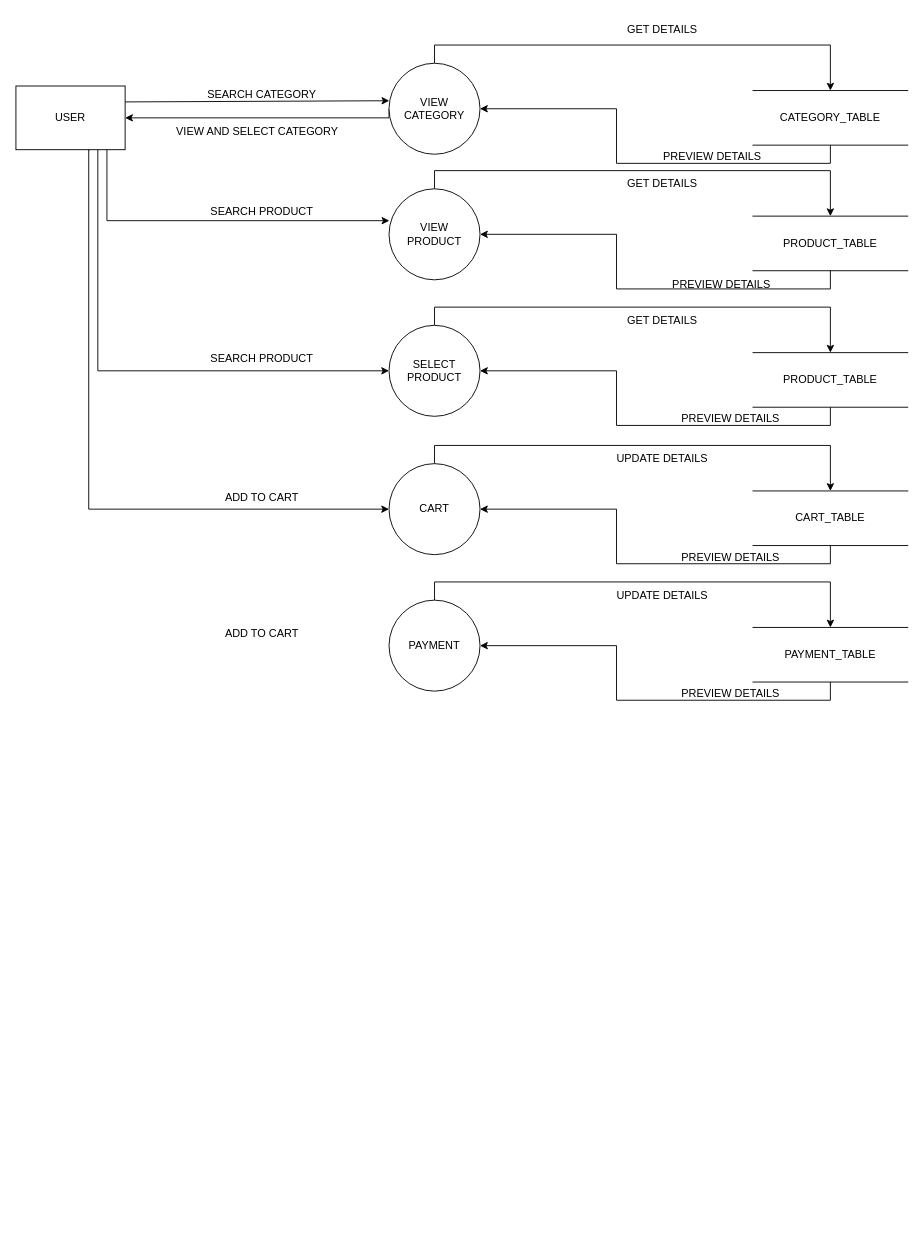
This is page "DFD-1(USER)" (10 of 15) of Usecase userside.drawio from panchalbhavya2210/gift_documentation, a draw.io file, before an edit. Source tidied: cells renumbered, new cells numbered last; positions are measured from the earlier drawing's top-left corner, leaving out a move shared by most shapes. Both pictures are drawn from the tidied source at 91%, with x=0, y=0 at pixel (15, 15).
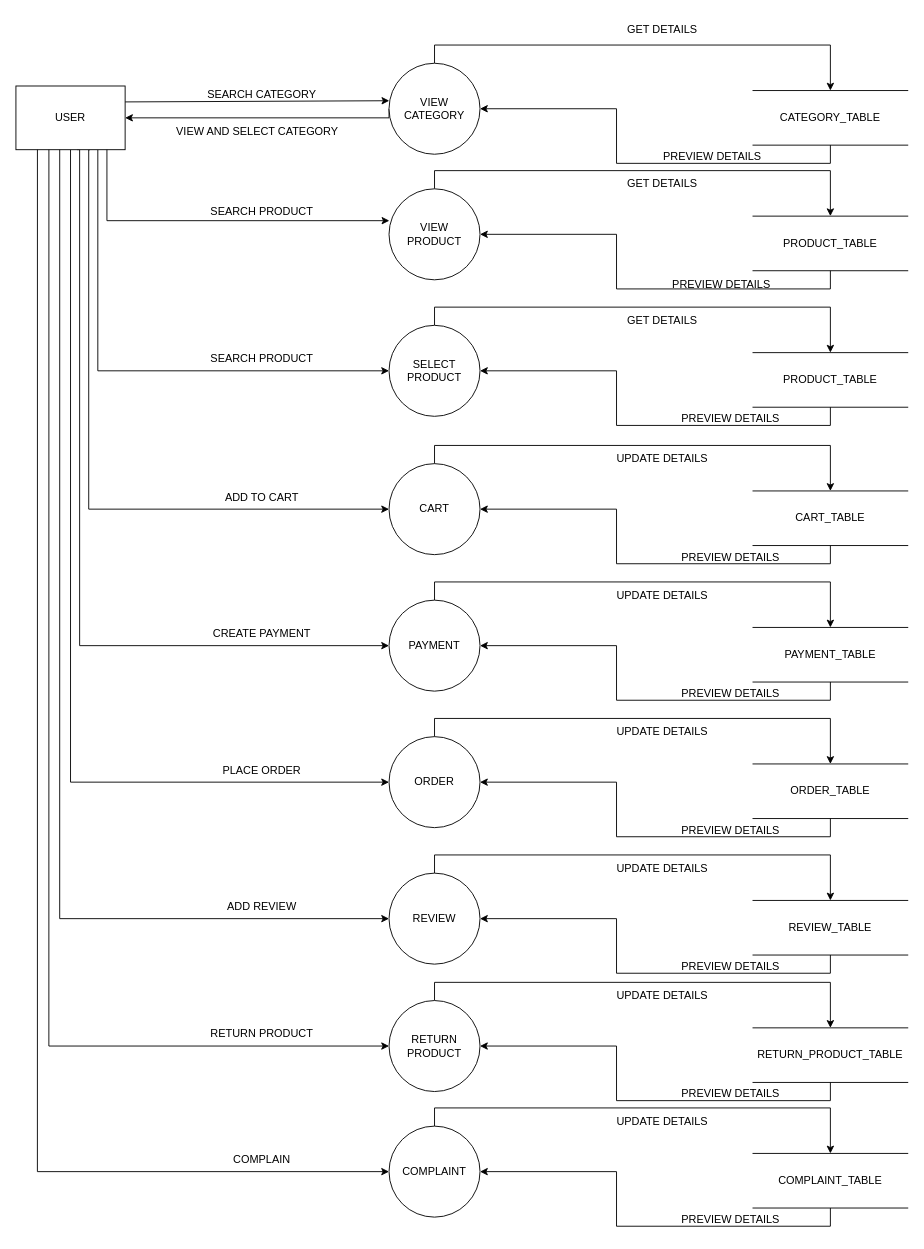
Above is the later version.

Unchanged cells that the change refers to:
```xml
<mxCell id="10" value="USER" style="rounded=0;whiteSpace=wrap;html=1;" parent="1" vertex="1">
  <mxGeometry y="77" width="120" height="70" as="geometry" />
</mxCell>
<mxCell id="38" value="PAYMENT" style="ellipse;whiteSpace=wrap;html=1;" parent="1" vertex="1">
  <mxGeometry x="410" y="642" width="100" height="100" as="geometry" />
</mxCell>
```

Diff of the diagram source:
```diff
@@
+    <mxCell id="44" style="edgeStyle=orthogonalEdgeStyle;rounded=0;jettySize=auto;html=1;exitX=0.559;exitY=0.999;exitDx=0;exitDy=0;entryX=0;entryY=0.5;entryDx=0;entryDy=0;exitPerimeter=0;" parent="1" edge="1" source="10" target="38">
+      <mxGeometry relative="1" as="geometry">
+        <Array as="points">
+          <mxPoint x="70" y="147" />
+          <mxPoint x="70" y="692" />
+        </Array>
+      </mxGeometry>
+    </mxCell>
+    <mxCell id="45" style="edgeStyle=orthogonalEdgeStyle;rounded=0;jettySize=auto;html=1;exitX=0.5;exitY=1;exitDx=0;exitDy=0;entryX=0;entryY=0.5;entryDx=0;entryDy=0;" parent="1" edge="1" source="10" target="50">
+      <mxGeometry relative="1" as="geometry" />
+    </mxCell>
+    <mxCell id="46" style="edgeStyle=orthogonalEdgeStyle;rounded=0;jettySize=auto;html=1;exitX=0.401;exitY=0.993;exitDx=0;exitDy=0;entryX=0;entryY=0.5;entryDx=0;entryDy=0;exitPerimeter=0;" parent="1" edge="1" source="10" target="57">
+      <mxGeometry relative="1" as="geometry" />
+    </mxCell>
+    <mxCell id="47" style="edgeStyle=orthogonalEdgeStyle;rounded=0;jettySize=auto;html=1;exitX=0.302;exitY=0.989;exitDx=0;exitDy=0;entryX=0;entryY=0.5;entryDx=0;entryDy=0;exitPerimeter=0;" parent="1" edge="1" source="10" target="64">
+      <mxGeometry relative="1" as="geometry" />
+    </mxCell>
+    <mxCell id="48" style="edgeStyle=orthogonalEdgeStyle;rounded=0;jettySize=auto;html=1;exitX=0.197;exitY=0.988;exitDx=0;exitDy=0;entryX=0;entryY=0.5;entryDx=0;entryDy=0;exitPerimeter=0;" parent="1" edge="1" source="10" target="71">
+      <mxGeometry relative="1" as="geometry" />
+    </mxCell>
@@
-    <mxCell id="43" value="ADD TO CART" style="text;html=1;align=center;verticalAlign=middle;strokeColor=none;fillColor=none;" parent="1" vertex="1">
-      <mxGeometry x="220" y="664" width="100" height="30" as="geometry" />
+    <mxCell id="43" value="CREATE PAYMENT" style="text;html=1;align=center;verticalAlign=middle;strokeColor=none;fillColor=none;" parent="1" vertex="1">
+      <mxGeometry x="205" y="664" width="130" height="30" as="geometry" />
     </mxCell>
+    <mxCell id="49" style="edgeStyle=orthogonalEdgeStyle;rounded=0;jettySize=auto;html=1;exitX=0.5;exitY=0;exitDx=0;exitDy=0;entryX=0.5;entryY=0;entryDx=0;entryDy=0;" parent="1" edge="1" source="50" target="52">
+      <mxGeometry relative="1" as="geometry" />
+    </mxCell>
+    <mxCell id="50" value="ORDER" style="ellipse;whiteSpace=wrap;html=1;" parent="1" vertex="1">
+      <mxGeometry x="410" y="792" width="100" height="100" as="geometry" />
+    </mxCell>
+    <mxCell id="51" style="edgeStyle=orthogonalEdgeStyle;rounded=0;jettySize=auto;html=1;exitX=0.5;exitY=1;exitDx=0;exitDy=0;entryX=1;entryY=0.5;entryDx=0;entryDy=0;" parent="1" edge="1" source="52" target="50">
+      <mxGeometry relative="1" as="geometry" />
+    </mxCell>
+    <mxCell id="52" value="ORDER_TABLE" style="shape=partialRectangle;whiteSpace=wrap;html=1;left=0;right=0;fillColor=none;" parent="1" vertex="1">
+      <mxGeometry x="810" y="822" width="170" height="60" as="geometry" />
+    </mxCell>
+    <mxCell id="53" value="PREVIEW DETAILS" style="text;html=1;align=center;verticalAlign=middle;strokeColor=none;fillColor=none;" parent="1" vertex="1">
+      <mxGeometry x="720" y="880" width="130" height="30" as="geometry" />
+    </mxCell>
+    <mxCell id="54" value="UPDATE DETAILS" style="text;html=1;align=center;verticalAlign=middle;strokeColor=none;fillColor=none;" parent="1" vertex="1">
+      <mxGeometry x="650" y="772" width="120" height="30" as="geometry" />
+    </mxCell>
+    <mxCell id="55" value="PLACE ORDER" style="text;html=1;align=center;verticalAlign=middle;strokeColor=none;fillColor=none;" parent="1" vertex="1">
+      <mxGeometry x="215" y="814" width="110" height="30" as="geometry" />
+    </mxCell>
+    <mxCell id="56" style="edgeStyle=orthogonalEdgeStyle;rounded=0;jettySize=auto;html=1;exitX=0.5;exitY=0;exitDx=0;exitDy=0;entryX=0.5;entryY=0;entryDx=0;entryDy=0;" parent="1" edge="1" source="57" target="59">
+      <mxGeometry relative="1" as="geometry" />
+    </mxCell>
+    <mxCell id="57" value="REVIEW" style="ellipse;whiteSpace=wrap;html=1;" parent="1" vertex="1">
+      <mxGeometry x="410" y="942" width="100" height="100" as="geometry" />
+    </mxCell>
+    <mxCell id="58" style="edgeStyle=orthogonalEdgeStyle;rounded=0;jettySize=auto;html=1;exitX=0.5;exitY=1;exitDx=0;exitDy=0;entryX=1;entryY=0.5;entryDx=0;entryDy=0;" parent="1" edge="1" source="59" target="57">
+      <mxGeometry relative="1" as="geometry" />
+    </mxCell>
+    <mxCell id="59" value="REVIEW_TABLE" style="shape=partialRectangle;whiteSpace=wrap;html=1;left=0;right=0;fillColor=none;" parent="1" vertex="1">
+      <mxGeometry x="810" y="972" width="170" height="60" as="geometry" />
+    </mxCell>
+    <mxCell id="60" value="PREVIEW DETAILS" style="text;html=1;align=center;verticalAlign=middle;strokeColor=none;fillColor=none;" parent="1" vertex="1">
+      <mxGeometry x="720" y="1030" width="130" height="30" as="geometry" />
+    </mxCell>
+    <mxCell id="61" value="UPDATE DETAILS" style="text;html=1;align=center;verticalAlign=middle;strokeColor=none;fillColor=none;" parent="1" vertex="1">
+      <mxGeometry x="650" y="922" width="120" height="30" as="geometry" />
+    </mxCell>
+    <mxCell id="62" value="ADD REVIEW" style="text;html=1;align=center;verticalAlign=middle;strokeColor=none;fillColor=none;" parent="1" vertex="1">
+      <mxGeometry x="220" y="964" width="100" height="30" as="geometry" />
+    </mxCell>
+    <mxCell id="63" style="edgeStyle=orthogonalEdgeStyle;rounded=0;jettySize=auto;html=1;exitX=0.5;exitY=0;exitDx=0;exitDy=0;entryX=0.5;entryY=0;entryDx=0;entryDy=0;" parent="1" edge="1" source="64" target="66">
+      <mxGeometry relative="1" as="geometry" />
+    </mxCell>
+    <mxCell id="64" value="RETURN&lt;br&gt;PRODUCT" style="ellipse;whiteSpace=wrap;html=1;" parent="1" vertex="1">
+      <mxGeometry x="410" y="1082" width="100" height="100" as="geometry" />
+    </mxCell>
+    <mxCell id="65" style="edgeStyle=orthogonalEdgeStyle;rounded=0;jettySize=auto;html=1;exitX=0.5;exitY=1;exitDx=0;exitDy=0;entryX=1;entryY=0.5;entryDx=0;entryDy=0;" parent="1" edge="1" source="66" target="64">
+      <mxGeometry relative="1" as="geometry" />
+    </mxCell>
+    <mxCell id="66" value="RETURN_PRODUCT_TABLE" style="shape=partialRectangle;whiteSpace=wrap;html=1;left=0;right=0;fillColor=none;" parent="1" vertex="1">
+      <mxGeometry x="810" y="1112" width="170" height="60" as="geometry" />
+    </mxCell>
+    <mxCell id="67" value="PREVIEW DETAILS" style="text;html=1;align=center;verticalAlign=middle;strokeColor=none;fillColor=none;" parent="1" vertex="1">
+      <mxGeometry x="720" y="1170" width="130" height="30" as="geometry" />
+    </mxCell>
+    <mxCell id="68" value="UPDATE DETAILS" style="text;html=1;align=center;verticalAlign=middle;strokeColor=none;fillColor=none;" parent="1" vertex="1">
+      <mxGeometry x="650" y="1062" width="120" height="30" as="geometry" />
+    </mxCell>
+    <mxCell id="69" value="RETURN PRODUCT" style="text;html=1;align=center;verticalAlign=middle;strokeColor=none;fillColor=none;" parent="1" vertex="1">
+      <mxGeometry x="200" y="1104" width="140" height="30" as="geometry" />
+    </mxCell>
+    <mxCell id="70" style="edgeStyle=orthogonalEdgeStyle;rounded=0;jettySize=auto;html=1;exitX=0.5;exitY=0;exitDx=0;exitDy=0;entryX=0.5;entryY=0;entryDx=0;entryDy=0;" parent="1" edge="1" source="71" target="73">
+      <mxGeometry relative="1" as="geometry" />
+    </mxCell>
+    <mxCell id="71" value="COMPLAINT" style="ellipse;whiteSpace=wrap;html=1;" parent="1" vertex="1">
+      <mxGeometry x="410" y="1220" width="100" height="100" as="geometry" />
+    </mxCell>
+    <mxCell id="72" style="edgeStyle=orthogonalEdgeStyle;rounded=0;jettySize=auto;html=1;exitX=0.5;exitY=1;exitDx=0;exitDy=0;entryX=1;entryY=0.5;entryDx=0;entryDy=0;" parent="1" edge="1" source="73" target="71">
+      <mxGeometry relative="1" as="geometry" />
+    </mxCell>
+    <mxCell id="73" value="COMPLAINT_TABLE" style="shape=partialRectangle;whiteSpace=wrap;html=1;left=0;right=0;fillColor=none;" parent="1" vertex="1">
+      <mxGeometry x="810" y="1250" width="170" height="60" as="geometry" />
+    </mxCell>
+    <mxCell id="74" value="PREVIEW DETAILS" style="text;html=1;align=center;verticalAlign=middle;strokeColor=none;fillColor=none;" parent="1" vertex="1">
+      <mxGeometry x="720" y="1308" width="130" height="30" as="geometry" />
+    </mxCell>
+    <mxCell id="75" value="UPDATE DETAILS" style="text;html=1;align=center;verticalAlign=middle;strokeColor=none;fillColor=none;" parent="1" vertex="1">
+      <mxGeometry x="650" y="1200" width="120" height="30" as="geometry" />
+    </mxCell>
+    <mxCell id="76" value="COMPLAIN" style="text;html=1;align=center;verticalAlign=middle;strokeColor=none;fillColor=none;" parent="1" vertex="1">
+      <mxGeometry x="225" y="1242" width="90" height="30" as="geometry" />
+    </mxCell>
```
